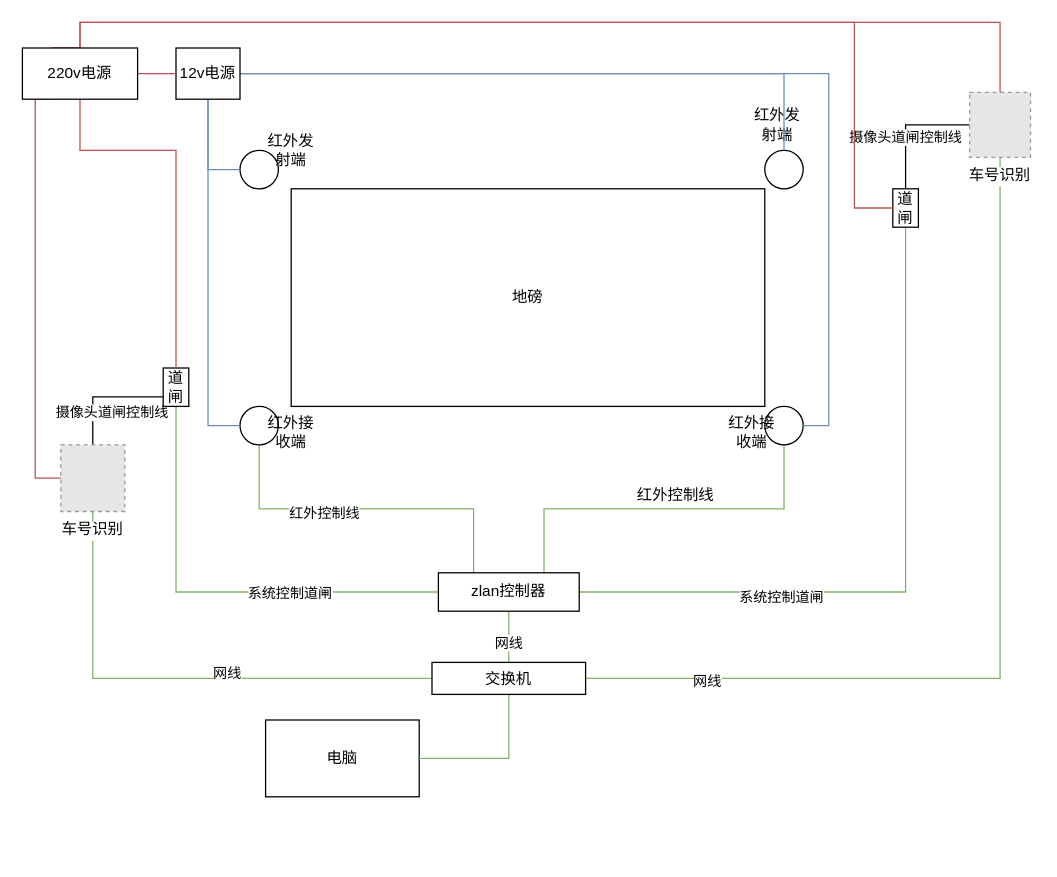
This is 硬件施工图.drawio from lipeng260/drawio, a draw.io file, before an edit. Source tidied: cells renumbered, new cells numbered last; positions are measured from the earlier drawing's top-left corner, leaving out a move shared by most shapes. Both pictures are drawn from the tidied source at 128%, with x=0, y=0 at pixel (22, 22). Pictures stored in the file or linked from it are replaced by grey dashed boxes.
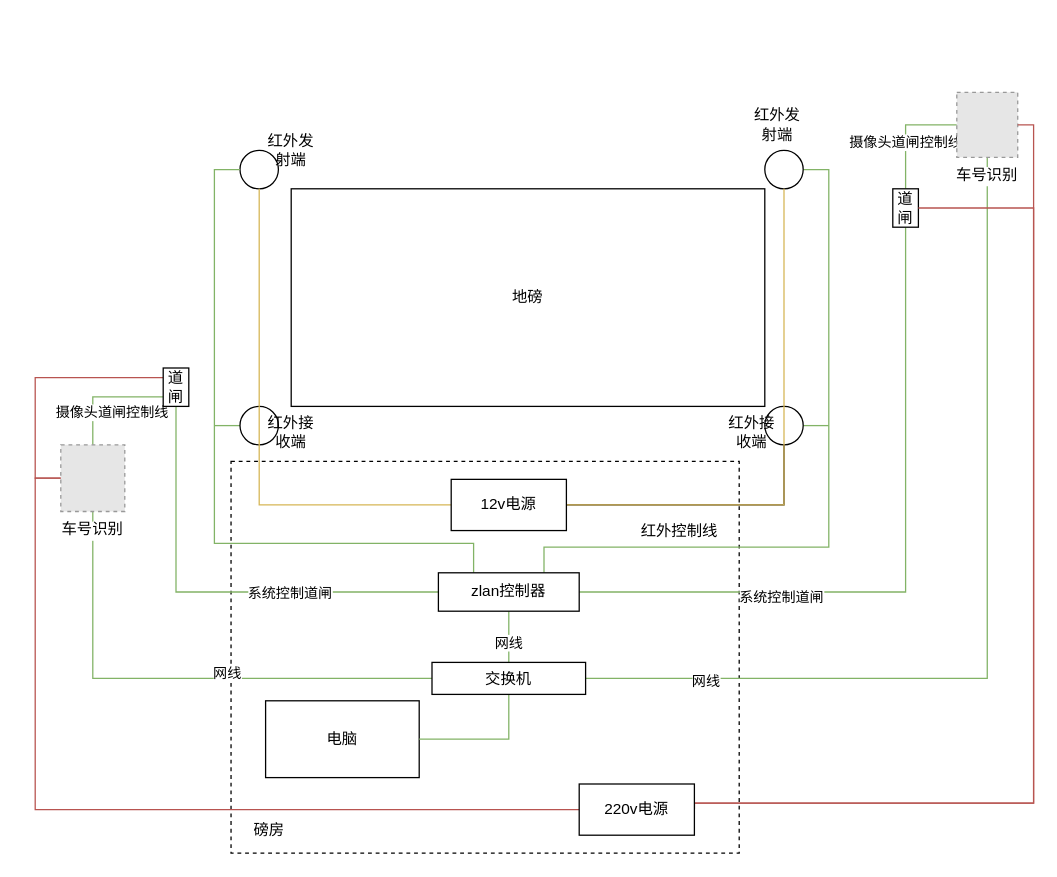
Above is the later version.

Commit message (it also covers changes not shown here):
Update 硬件施工图.drawio

Unchanged cells that the change refers to:
```xml
<mxCell id="5" style="ellipse;whiteSpace=wrap;html=1;" parent="1" vertex="1">
  <mxGeometry x="170" y="300" width="30" height="30" as="geometry" />
</mxCell>
<mxCell id="6" style="ellipse;whiteSpace=wrap;html=1;" parent="1" vertex="1">
  <mxGeometry x="170" y="100" width="30" height="30" as="geometry" />
</mxCell>
<mxCell id="8" style="ellipse;whiteSpace=wrap;html=1;" parent="1" vertex="1">
  <mxGeometry x="580" y="300" width="30" height="30" as="geometry" />
</mxCell>
<mxCell id="9" style="ellipse;whiteSpace=wrap;html=1;" parent="1" vertex="1">
  <mxGeometry x="580" y="100" width="30" height="30" as="geometry" />
</mxCell>
<mxCell id="22" value="车号识别" style="fillColor=#E6E6E6;strokeColor=#999999;dashed=1;verticalLabelPosition=bottom;labelBackgroundColor=#ffffff;verticalAlign=top;" parent="1" vertex="1">
  <mxGeometry x="30" y="330" width="50" height="52.1" as="geometry" />
</mxCell>
<mxCell id="25" value="道闸" style="rounded=0;whiteSpace=wrap;html=1;" parent="1" vertex="1">
  <mxGeometry x="110" y="270" width="20" height="30" as="geometry" />
</mxCell>
<mxCell id="28" value="道闸" style="rounded=0;whiteSpace=wrap;html=1;" parent="1" vertex="1">
  <mxGeometry x="680" y="130" width="20" height="30" as="geometry" />
</mxCell>
<mxCell id="33" value="交换机" style="rounded=0;whiteSpace=wrap;html=1;" parent="1" vertex="1">
  <mxGeometry x="320" y="500" width="120" height="25" as="geometry" />
</mxCell>
<mxCell id="34" value="zlan控制器" style="rounded=0;whiteSpace=wrap;html=1;" parent="1" vertex="1">
  <mxGeometry x="325" y="430" width="110" height="30" as="geometry" />
</mxCell>
```

The edit, as a diff of the source:
```diff
@@
+    <mxCell id="47" style="rounded=0;whiteSpace=wrap;html=1;fillColor=none;dashed=1;" parent="1" vertex="1">
+      <mxGeometry x="163" y="343" width="397" height="306" as="geometry" />
+    </mxCell>
@@
-    <mxCell id="3" style="edgeStyle=orthogonalEdgeStyle;rounded=0;jettySize=auto;html=1;exitX=0.5;exitY=1;exitDx=0;exitDy=0;entryX=0.25;entryY=0;entryDx=0;entryDy=0;endArrow=none;endFill=0;fillColor=#d5e8d4;strokeColor=#82b366;" parent="1" edge="1" source="5" target="34">
-      <mxGeometry relative="1" as="geometry" />
-    </mxCell>
-    <mxCell id="4" value="红外控制线" style="edgeLabel;html=1;align=center;verticalAlign=middle;" parent="3" vertex="1">
-      <mxGeometry x="-0.25" y="-3" relative="1" as="geometry" />
-    </mxCell>
+    <mxCell id="48" style="edgeStyle=orthogonalEdgeStyle;rounded=0;jettySize=auto;html=1;exitX=0;exitY=0.5;exitDx=0;exitDy=0;endArrow=none;endFill=0;strokeColor=#82b366;fillColor=#d5e8d4;" parent="1" edge="1" source="5">
+      <mxGeometry relative="1" as="geometry">
+        <mxPoint x="150" y="315" as="targetPoint" />
+      </mxGeometry>
+    </mxCell>
@@
-    <mxCell id="7" style="edgeStyle=orthogonalEdgeStyle;rounded=0;jettySize=auto;html=1;exitX=0.5;exitY=1;exitDx=0;exitDy=0;entryX=0.75;entryY=0;entryDx=0;entryDy=0;endArrow=none;endFill=0;fillColor=#d5e8d4;strokeColor=#82b366;" parent="1" edge="1" source="8" target="34">
-      <mxGeometry relative="1" as="geometry" />
+    <mxCell id="7" style="edgeStyle=orthogonalEdgeStyle;rounded=0;jettySize=auto;html=1;exitX=1;exitY=0.5;exitDx=0;exitDy=0;entryX=0.75;entryY=0;entryDx=0;entryDy=0;endArrow=none;endFill=0;fillColor=#d5e8d4;strokeColor=#82b366;" parent="1" edge="1" source="9" target="34">
+      <mxGeometry relative="1" as="geometry">
+        <Array as="points">
+          <mxPoint x="630" y="115" />
+          <mxPoint x="630" y="410" />
+          <mxPoint x="408" y="410" />
+        </Array>
+      </mxGeometry>
     </mxCell>
+    <mxCell id="49" style="edgeStyle=orthogonalEdgeStyle;rounded=0;jettySize=auto;html=1;exitX=1;exitY=0.5;exitDx=0;exitDy=0;endArrow=none;endFill=0;strokeColor=#82b366;fillColor=#d5e8d4;" parent="1" edge="1" source="8">
+      <mxGeometry relative="1" as="geometry">
+        <mxPoint x="630" y="315" as="targetPoint" />
+      </mxGeometry>
+    </mxCell>
@@
     <mxCell id="14" style="edgeStyle=orthogonalEdgeStyle;rounded=0;jettySize=auto;html=1;exitX=0.5;exitY=1;exitDx=0;exitDy=0;entryX=1;entryY=0.5;entryDx=0;entryDy=0;endArrow=none;endFill=0;strokeColor=#82b366;fillColor=#d5e8d4;" parent="1" edge="1" source="17" target="33">
-      <mxGeometry relative="1" as="geometry" />
+      <mxGeometry relative="1" as="geometry">
+        <Array as="points">
+          <mxPoint x="754" y="513" />
+        </Array>
+      </mxGeometry>
     </mxCell>
@@
-    <mxCell id="16" value="摄像头道闸控制线" style="edgeStyle=orthogonalEdgeStyle;rounded=0;jettySize=auto;html=1;exitX=0;exitY=0.5;exitDx=0;exitDy=0;entryX=0.5;entryY=0;entryDx=0;entryDy=0;endArrow=none;endFill=0;strokeColor=#000000;" parent="1" edge="1" source="17" target="28">
+    <mxCell id="16" value="摄像头道闸控制线" style="edgeStyle=orthogonalEdgeStyle;rounded=0;jettySize=auto;html=1;exitX=0;exitY=0.5;exitDx=0;exitDy=0;entryX=0.5;entryY=0;entryDx=0;entryDy=0;endArrow=none;endFill=0;strokeColor=#82b366;fillColor=#d5e8d4;" parent="1" edge="1" source="17" target="28">
       <mxGeometry x="0.2" relative="1" as="geometry" />
     </mxCell>
     <mxCell id="17" value="车号识别" style="fillColor=#E6E6E6;strokeColor=#999999;dashed=1;verticalLabelPosition=bottom;labelBackgroundColor=#ffffff;verticalAlign=top;rotation=0;" parent="1" vertex="1">
-      <mxGeometry x="740" y="54.6" width="47.6" height="50.8" as="geometry" />
+      <mxGeometry x="730" y="54.6" width="47.6" height="50.8" as="geometry" />
     </mxCell>
@@
-    <mxCell id="20" style="edgeStyle=orthogonalEdgeStyle;rounded=0;jettySize=auto;html=1;exitX=0.5;exitY=0;exitDx=0;exitDy=0;entryX=0;entryY=0.75;entryDx=0;entryDy=0;endArrow=none;endFill=0;strokeColor=#000000;" parent="1" edge="1" source="22" target="25">
+    <mxCell id="20" style="edgeStyle=orthogonalEdgeStyle;rounded=0;jettySize=auto;html=1;exitX=0.5;exitY=0;exitDx=0;exitDy=0;entryX=0;entryY=0.75;entryDx=0;entryDy=0;endArrow=none;endFill=0;strokeColor=#82b366;fillColor=#d5e8d4;" parent="1" edge="1" source="22" target="25">
       <mxGeometry relative="1" as="geometry" />
     </mxCell>
@@
+    <mxCell id="50" style="edgeStyle=orthogonalEdgeStyle;rounded=0;jettySize=auto;html=1;exitX=0;exitY=0.5;exitDx=0;exitDy=0;entryX=0;entryY=0.25;entryDx=0;entryDy=0;endArrow=none;endFill=0;strokeColor=#b85450;fillColor=#f8cecc;" parent="1" edge="1" source="22" target="25">
+      <mxGeometry relative="1" as="geometry" />
+    </mxCell>
@@
     <mxCell id="29" value="电脑" style="rounded=0;whiteSpace=wrap;html=1;" parent="1" vertex="1">
-      <mxGeometry x="190" y="545" width="120" height="60" as="geometry" />
+      <mxGeometry x="190" y="530" width="120" height="60" as="geometry" />
     </mxCell>
@@
+    <mxCell id="51" style="edgeStyle=orthogonalEdgeStyle;rounded=0;jettySize=auto;html=1;exitX=0.25;exitY=0;exitDx=0;exitDy=0;entryX=0;entryY=0.5;entryDx=0;entryDy=0;endArrow=none;endFill=0;strokeColor=#82b366;fillColor=#d5e8d4;" parent="1" edge="1" source="34" target="6">
+      <mxGeometry relative="1" as="geometry">
+        <Array as="points">
+          <mxPoint x="353" y="407" />
+          <mxPoint x="150" y="407" />
+          <mxPoint x="150" y="115" />
+        </Array>
+      </mxGeometry>
+    </mxCell>
@@
     <mxCell id="35" value="红外控制线" style="text;html=1;align=center;verticalAlign=middle;" parent="1" vertex="1">
-      <mxGeometry x="470" y="360" width="80" height="20" as="geometry" />
+      <mxGeometry x="473" y="388" width="80" height="20" as="geometry" />
     </mxCell>
-    <mxCell id="36" style="edgeStyle=orthogonalEdgeStyle;rounded=0;jettySize=auto;html=1;exitX=0.5;exitY=1;exitDx=0;exitDy=0;entryX=0;entryY=0.5;entryDx=0;entryDy=0;endArrow=none;endFill=0;strokeColor=#6c8ebf;fillColor=#dae8fc;" parent="1" edge="1" source="40" target="6">
-      <mxGeometry relative="1" as="geometry" />
-    </mxCell>
-    <mxCell id="37" style="edgeStyle=orthogonalEdgeStyle;rounded=0;jettySize=auto;html=1;exitX=0.5;exitY=1;exitDx=0;exitDy=0;entryX=0;entryY=0.5;entryDx=0;entryDy=0;endArrow=none;endFill=0;strokeColor=#6c8ebf;fillColor=#dae8fc;" parent="1" edge="1" source="40" target="5">
-      <mxGeometry relative="1" as="geometry" />
-    </mxCell>
-    <mxCell id="38" style="edgeStyle=orthogonalEdgeStyle;rounded=0;jettySize=auto;html=1;exitX=1;exitY=0.5;exitDx=0;exitDy=0;entryX=0.5;entryY=0;entryDx=0;entryDy=0;endArrow=none;endFill=0;strokeColor=#6c8ebf;fillColor=#dae8fc;" parent="1" edge="1" source="40" target="9">
-      <mxGeometry relative="1" as="geometry" />
-    </mxCell>
-    <mxCell id="39" style="edgeStyle=orthogonalEdgeStyle;rounded=0;jettySize=auto;html=1;exitX=1;exitY=0.5;exitDx=0;exitDy=0;entryX=1;entryY=0.5;entryDx=0;entryDy=0;endArrow=none;endFill=0;strokeColor=#6c8ebf;fillColor=#dae8fc;" parent="1" edge="1" source="40" target="8">
-      <mxGeometry relative="1" as="geometry">
-        <Array as="points">
-          <mxPoint x="630" y="40" />
-          <mxPoint x="630" y="315" />
-        </Array>
-      </mxGeometry>
-    </mxCell>
-    <mxCell id="40" value="12v电源" style="rounded=0;whiteSpace=wrap;html=1;" parent="1" vertex="1">
-      <mxGeometry x="120" y="20" width="50" height="40" as="geometry" />
-    </mxCell>
-    <mxCell id="41" style="edgeStyle=orthogonalEdgeStyle;rounded=0;jettySize=auto;html=1;exitX=1;exitY=0.5;exitDx=0;exitDy=0;entryX=0;entryY=0.5;entryDx=0;entryDy=0;endArrow=none;endFill=0;strokeColor=#b85450;fillColor=#f8cecc;" parent="1" edge="1" source="46" target="40">
-      <mxGeometry relative="1" as="geometry" />
-    </mxCell>
-    <mxCell id="42" style="edgeStyle=orthogonalEdgeStyle;rounded=0;jettySize=auto;html=1;exitX=0.5;exitY=1;exitDx=0;exitDy=0;entryX=0.5;entryY=0;entryDx=0;entryDy=0;endArrow=none;endFill=0;strokeColor=#b85450;fillColor=#f8cecc;" parent="1" edge="1" source="46" target="25">
-      <mxGeometry relative="1" as="geometry">
-        <Array as="points">
-          <mxPoint x="45" y="100" />
-          <mxPoint x="120" y="100" />
-        </Array>
-      </mxGeometry>
-    </mxCell>
-    <mxCell id="43" style="edgeStyle=orthogonalEdgeStyle;rounded=0;jettySize=auto;html=1;exitX=0.5;exitY=0;exitDx=0;exitDy=0;entryX=0;entryY=0.5;entryDx=0;entryDy=0;endArrow=none;endFill=0;strokeColor=#b85450;fillColor=#f8cecc;" parent="1" edge="1" source="46" target="28">
-      <mxGeometry relative="1" as="geometry">
-        <Array as="points">
-          <mxPoint x="45" />
-          <mxPoint x="650" />
-          <mxPoint x="650" y="145" />
-        </Array>
-      </mxGeometry>
-    </mxCell>
-    <mxCell id="44" style="edgeStyle=orthogonalEdgeStyle;rounded=0;jettySize=auto;html=1;exitX=0.25;exitY=1;exitDx=0;exitDy=0;entryX=0;entryY=0.5;entryDx=0;entryDy=0;endArrow=none;endFill=0;strokeColor=#b85450;fillColor=#f8cecc;" parent="1" edge="1" source="46" target="22">
-      <mxGeometry relative="1" as="geometry">
-        <Array as="points">
-          <mxPoint x="10" y="60" />
-          <mxPoint x="10" y="356" />
-        </Array>
-      </mxGeometry>
+    <mxCell id="44" style="edgeStyle=orthogonalEdgeStyle;rounded=0;jettySize=auto;html=1;exitX=0;exitY=0.5;exitDx=0;exitDy=0;entryX=0;entryY=0.5;entryDx=0;entryDy=0;endArrow=none;endFill=0;strokeColor=#b85450;fillColor=#f8cecc;" parent="1" edge="1" source="46" target="22">
+      <mxGeometry relative="1" as="geometry" />
     </mxCell>
-    <mxCell id="45" style="edgeStyle=orthogonalEdgeStyle;rounded=0;jettySize=auto;html=1;exitX=0.25;exitY=0;exitDx=0;exitDy=0;entryX=0.5;entryY=0;entryDx=0;entryDy=0;endArrow=none;endFill=0;strokeColor=#b85450;fillColor=#f8cecc;" parent="1" edge="1" source="46" target="17">
+    <mxCell id="45" style="edgeStyle=orthogonalEdgeStyle;rounded=0;jettySize=auto;html=1;exitX=1;exitY=0.5;exitDx=0;exitDy=0;entryX=1;entryY=0.5;entryDx=0;entryDy=0;endArrow=none;endFill=0;strokeColor=#b85450;fillColor=#f8cecc;" parent="1" edge="1" source="46" target="17">
       <mxGeometry relative="1" as="geometry">
         <Array as="points">
-          <mxPoint x="45" y="20" />
-          <mxPoint x="45" />
-          <mxPoint x="764" />
+          <mxPoint x="790" y="610" />
+          <mxPoint x="790" y="80" />
         </Array>
       </mxGeometry>
     </mxCell>
+    <mxCell id="43" style="edgeStyle=orthogonalEdgeStyle;rounded=0;jettySize=auto;html=1;exitX=1;exitY=0.5;exitDx=0;exitDy=0;entryX=1;entryY=0.5;entryDx=0;entryDy=0;endArrow=none;endFill=0;strokeColor=#b85450;fillColor=#f8cecc;" parent="1" edge="1" source="46" target="28">
+      <mxGeometry relative="1" as="geometry">
+        <Array as="points">
+          <mxPoint x="790" y="610" />
+          <mxPoint x="790" y="145" />
+        </Array>
+      </mxGeometry>
+    </mxCell>
     <mxCell id="46" value="220v电源" style="rounded=0;whiteSpace=wrap;html=1;" parent="1" vertex="1">
-      <mxGeometry y="20" width="90" height="40" as="geometry" />
+      <mxGeometry x="435" y="595" width="90" height="40" as="geometry" />
     </mxCell>
+    <mxCell id="39" style="edgeStyle=orthogonalEdgeStyle;rounded=0;jettySize=auto;html=1;exitX=1;exitY=0.5;exitDx=0;exitDy=0;entryX=0.5;entryY=1;entryDx=0;entryDy=0;endArrow=none;endFill=0;strokeColor=#000000;" parent="1" edge="1" source="40" target="8">
+      <mxGeometry relative="1" as="geometry" />
+    </mxCell>
+    <mxCell id="38" style="edgeStyle=orthogonalEdgeStyle;rounded=0;jettySize=auto;html=1;exitX=1;exitY=0.5;exitDx=0;exitDy=0;entryX=0.5;entryY=1;entryDx=0;entryDy=0;endArrow=none;endFill=0;strokeColor=#d6b656;fillColor=#fff2cc;" parent="1" edge="1" source="40" target="9">
+      <mxGeometry relative="1" as="geometry" />
+    </mxCell>
+    <mxCell id="36" style="edgeStyle=orthogonalEdgeStyle;rounded=0;jettySize=auto;html=1;exitX=0;exitY=0.5;exitDx=0;exitDy=0;entryX=0.5;entryY=1;entryDx=0;entryDy=0;endArrow=none;endFill=0;strokeColor=#d6b656;fillColor=#fff2cc;" parent="1" edge="1" source="40" target="6">
+      <mxGeometry relative="1" as="geometry" />
+    </mxCell>
+    <mxCell id="40" value="12v电源" style="rounded=0;whiteSpace=wrap;html=1;" parent="1" vertex="1">
+      <mxGeometry x="335" y="357" width="90" height="40" as="geometry" />
+    </mxCell>
+    <mxCell id="52" value="磅房" style="text;html=1;strokeColor=none;fillColor=none;align=center;verticalAlign=middle;whiteSpace=wrap;rounded=0;dashed=1;" parent="1" vertex="1">
+      <mxGeometry x="173" y="621" width="40" height="20" as="geometry" />
+    </mxCell>
```
